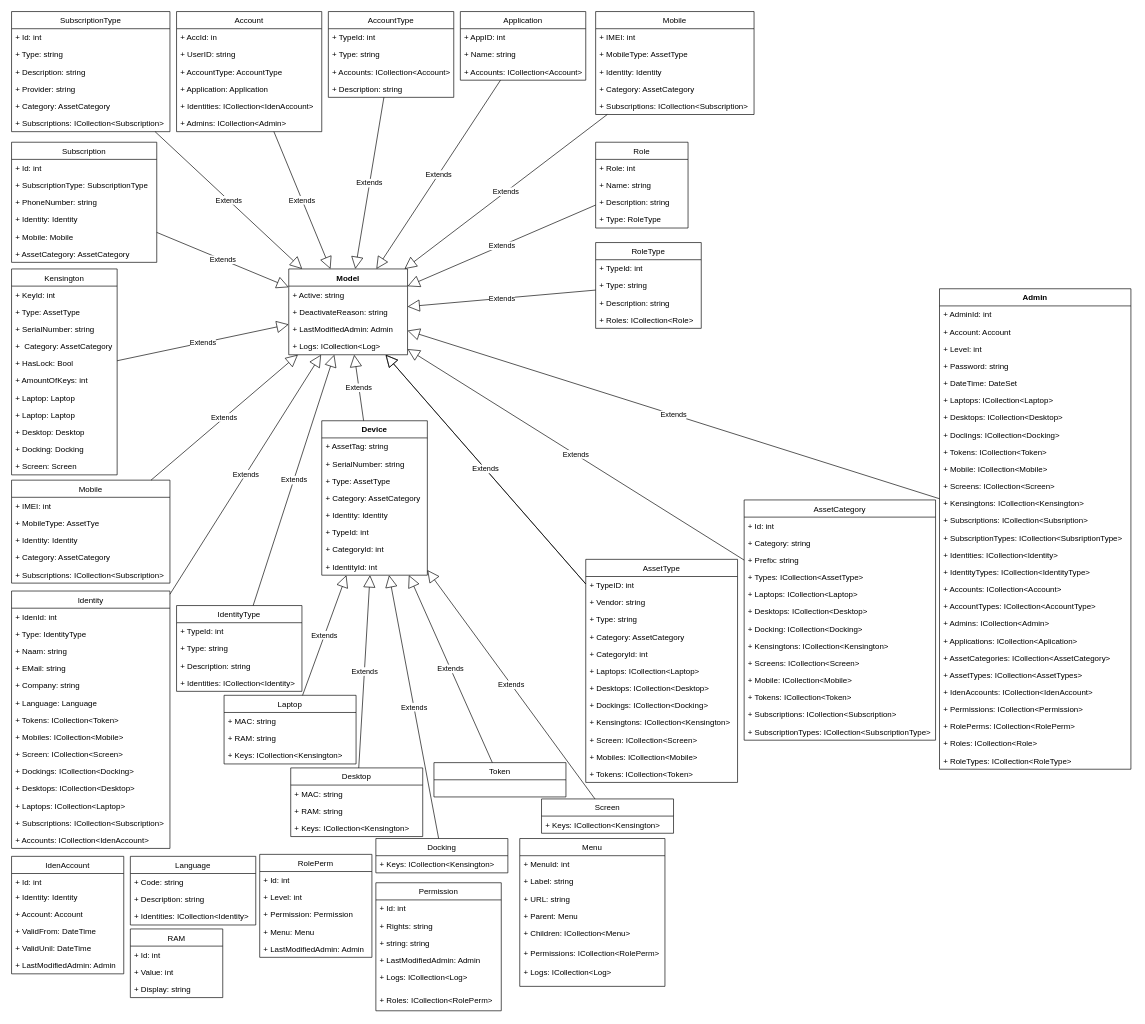
Before: page "Entities" (1 of 3) of CMDB/CMDB/Documentation/CMDB-Class.drawio in HansColman45/PyCMDB, a draw.io diagram. Source tidied: cells renumbered, new cells numbered last; positions are measured from the earlier drawing's top-left corner, leaving out a move shared by most shapes. Both pictures are drawn from the tidied source at 66%, with x=0, y=0 at pixel (11, 11).
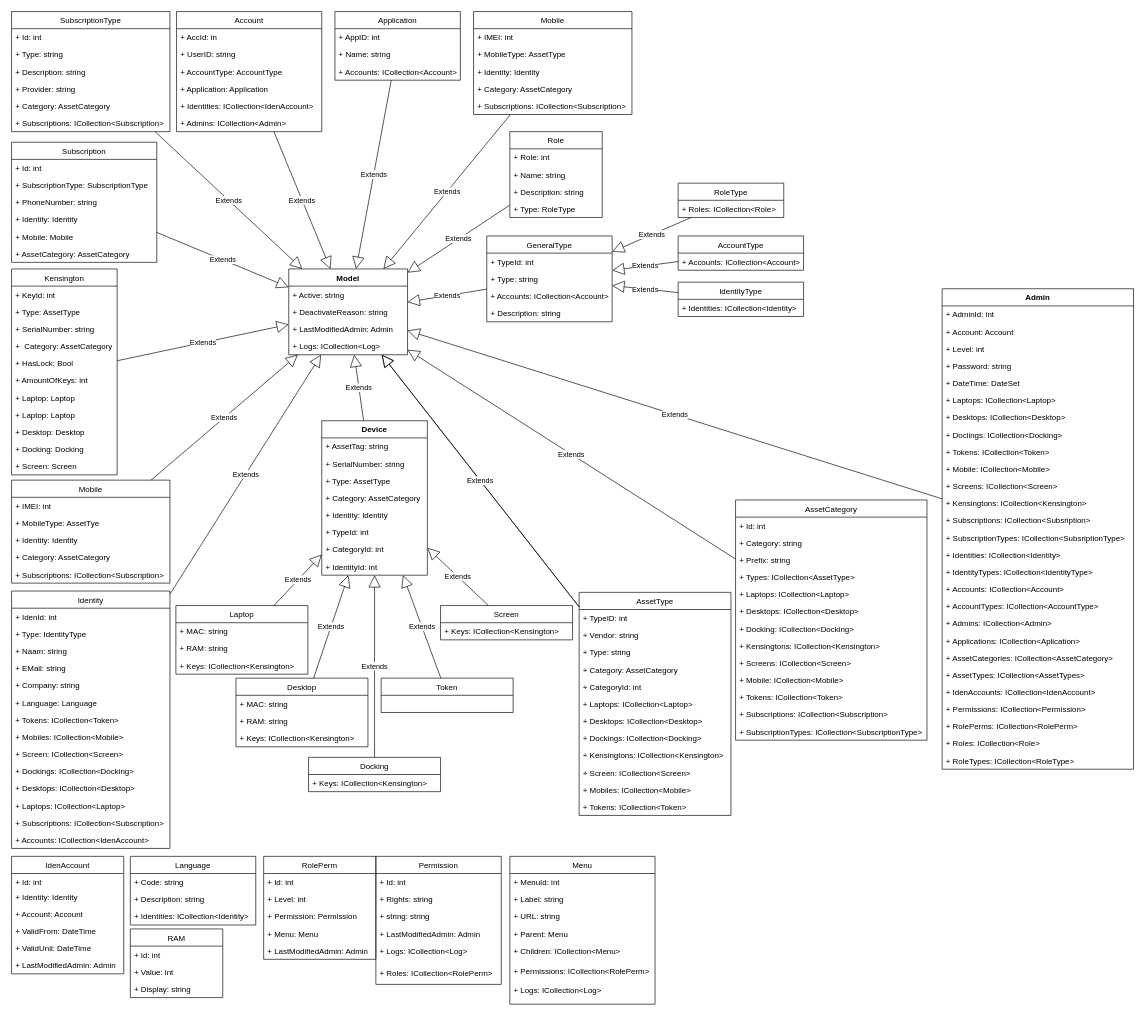
Above is the later version.

Unchanged cells that the change refers to:
```xml
<mxCell id="11" value="Model" style="swimlane;fontStyle=1;align=center;verticalAlign=top;horizontal=1;startSize=26;" parent="1" vertex="1">
  <mxGeometry x="420" y="390" width="180" height="130" as="geometry" />
</mxCell>
```

Diff of the diagram source:
```diff
@@
     <mxCell id="16" value="Laptop" style="swimlane;fontStyle=0;horizontal=1;startSize=26;fillColor=none;" parent="1" vertex="1">
-      <mxGeometry x="322" y="1036" width="200" height="104" as="geometry" />
+      <mxGeometry x="249" y="900" width="200" height="104" as="geometry" />
     </mxCell>
@@
     <mxCell id="23" value="Desktop" style="swimlane;fontStyle=0;horizontal=1;startSize=26;fillColor=none;" parent="1" vertex="1">
-      <mxGeometry x="423" y="1146" width="200" height="104" as="geometry" />
+      <mxGeometry x="340" y="1010" width="200" height="104" as="geometry" />
     </mxCell>
@@
     <mxCell id="28" value="Screen" style="swimlane;fontStyle=0;horizontal=1;startSize=26;fillColor=none;" parent="1" vertex="1">
-      <mxGeometry x="803" y="1193" width="200" height="52" as="geometry" />
+      <mxGeometry x="650" y="900" width="200" height="52" as="geometry" />
     </mxCell>
@@
     <mxCell id="31" value="Docking" style="swimlane;fontStyle=0;horizontal=1;startSize=26;fillColor=none;" parent="1" vertex="1">
-      <mxGeometry x="552" y="1253" width="200" height="52" as="geometry" />
+      <mxGeometry x="450" y="1130" width="200" height="52" as="geometry" />
     </mxCell>
@@
     <mxCell id="33" value="Token" style="swimlane;fontStyle=0;horizontal=1;startSize=26;fillColor=none;" parent="1" vertex="1">
-      <mxGeometry x="640" y="1138" width="200" height="52" as="geometry" />
+      <mxGeometry x="560" y="1010" width="200" height="52" as="geometry" />
     </mxCell>
@@
     <mxCell id="49" value="AssetCategory" style="swimlane;fontStyle=0;horizontal=1;startSize=26;fillColor=none;" parent="1" vertex="1">
-      <mxGeometry x="1110" y="740" width="290" height="364" as="geometry" />
+      <mxGeometry x="1097" y="740" width="290" height="364" as="geometry" />
     </mxCell>
@@
     <mxCell id="103" value="IdentityType" style="swimlane;fontStyle=0;horizontal=1;startSize=26;fillColor=none;" parent="1" vertex="1">
-      <mxGeometry x="250" y="900" width="190" height="130" as="geometry" />
+      <mxGeometry x="1010" y="410" width="190" height="52" as="geometry" />
     </mxCell>
-    <mxCell id="104" value="+ TypeId: int" style="text;strokeColor=none;fillColor=none;align=left;verticalAlign=top;spacingLeft=4;spacingRight=4;overflow=hidden;" parent="103" vertex="1">
-      <mxGeometry y="26" width="190" height="26" as="geometry" />
-    </mxCell>
-    <mxCell id="105" value="+ Type: string" style="text;strokeColor=none;fillColor=none;align=left;verticalAlign=top;spacingLeft=4;spacingRight=4;overflow=hidden;" parent="103" vertex="1">
-      <mxGeometry y="52" width="190" height="26" as="geometry" />
-    </mxCell>
-    <mxCell id="106" value="+ Description: string" style="text;strokeColor=none;fillColor=none;align=left;verticalAlign=top;spacingLeft=4;spacingRight=4;overflow=hidden;" parent="103" vertex="1">
-      <mxGeometry y="78" width="190" height="26" as="geometry" />
-    </mxCell>
     <mxCell id="107" value="+ Identities: ICollection&lt;Identity&gt;" style="text;strokeColor=none;fillColor=none;align=left;verticalAlign=top;spacingLeft=4;spacingRight=4;overflow=hidden;" parent="103" vertex="1">
-      <mxGeometry y="104" width="190" height="26" as="geometry" />
+      <mxGeometry y="26" width="190" height="26" as="geometry" />
     </mxCell>
-    <mxCell id="108" value="Extends" style="endArrow=block;endSize=16;endFill=0;html=1;" parent="1" edge="1" source="103" target="11">
-      <mxGeometry relative="1" as="geometry" />
-    </mxCell>
     <mxCell id="109" value="AssetType" style="swimlane;fontStyle=0;horizontal=1;startSize=26;fillColor=none;" parent="1" vertex="1">
-      <mxGeometry x="870" y="830" width="230" height="338" as="geometry" />
+      <mxGeometry x="860" y="880" width="230" height="338" as="geometry" />
     </mxCell>
@@
     <mxCell id="123" value="Admin" style="swimlane;fontStyle=1;align=center;verticalAlign=top;horizontal=1;startSize=26;" parent="1" vertex="1">
-      <mxGeometry x="1406" y="420" width="290" height="728" as="geometry" />
+      <mxGeometry x="1410" y="420" width="290" height="728" as="geometry" />
     </mxCell>
@@
     <mxCell id="167" value="AccountType" style="swimlane;fontStyle=0;horizontal=1;startSize=26;fillColor=none;" parent="1" vertex="1">
-      <mxGeometry x="480" width="190" height="130" as="geometry" />
+      <mxGeometry x="1010" y="340" width="190" height="52" as="geometry" />
     </mxCell>
-    <mxCell id="168" value="+ TypeId: int" style="text;strokeColor=none;fillColor=none;align=left;verticalAlign=top;spacingLeft=4;spacingRight=4;overflow=hidden;" parent="167" vertex="1">
-      <mxGeometry y="26" width="190" height="26" as="geometry" />
-    </mxCell>
-    <mxCell id="169" value="+ Type: string" style="text;strokeColor=none;fillColor=none;align=left;verticalAlign=top;spacingLeft=4;spacingRight=4;overflow=hidden;" parent="167" vertex="1">
-      <mxGeometry y="52" width="190" height="26" as="geometry" />
-    </mxCell>
     <mxCell id="170" value="+ Accounts: ICollection&lt;Account&gt;" style="text;strokeColor=none;fillColor=none;align=left;verticalAlign=top;spacingLeft=4;spacingRight=4;overflow=hidden;" parent="167" vertex="1">
-      <mxGeometry y="78" width="190" height="26" as="geometry" />
+      <mxGeometry y="26" width="190" height="26" as="geometry" />
     </mxCell>
-    <mxCell id="171" value="+ Description: string" style="text;strokeColor=none;fillColor=none;align=left;verticalAlign=top;spacingLeft=4;spacingRight=4;overflow=hidden;" parent="167" vertex="1">
-      <mxGeometry y="104" width="190" height="26" as="geometry" />
-    </mxCell>
-    <mxCell id="172" value="Extends" style="endArrow=block;endSize=16;endFill=0;html=1;" parent="1" edge="1" source="167" target="11">
+    <mxCell id="172" value="Extends" style="endArrow=block;endSize=16;endFill=0;html=1;startArrow=none;" parent="1" edge="1" source="226" target="11">
       <mxGeometry relative="1" as="geometry" />
     </mxCell>
     <mxCell id="173" value="Application" style="swimlane;fontStyle=0;horizontal=1;startSize=26;fillColor=none;" parent="1" vertex="1">
-      <mxGeometry x="680" width="190" height="104" as="geometry" />
+      <mxGeometry x="490" width="190" height="104" as="geometry" />
     </mxCell>
@@
     <mxCell id="182" value="Menu" style="swimlane;fontStyle=0;horizontal=1;startSize=26;fillColor=none;" parent="1" vertex="1">
-      <mxGeometry x="770" y="1253" width="220" height="224" as="geometry" />
+      <mxGeometry x="755" y="1280" width="220" height="224" as="geometry" />
     </mxCell>
@@
     <mxCell id="190" value="Mobile" style="swimlane;fontStyle=0;horizontal=1;startSize=26;fillColor=none;" parent="1" vertex="1">
-      <mxGeometry x="885" width="240" height="156" as="geometry" />
+      <mxGeometry x="700" width="240" height="156" as="geometry" />
     </mxCell>
@@
     <mxCell id="197" value="Permission" style="swimlane;fontStyle=0;horizontal=1;startSize=26;fillColor=none;" parent="1" vertex="1">
-      <mxGeometry x="552" y="1320" width="190" height="194" as="geometry" />
+      <mxGeometry x="552" y="1280" width="190" height="194" as="geometry" />
     </mxCell>
@@
     <mxCell id="204" value="RolePerm" style="swimlane;fontStyle=0;horizontal=1;startSize=26;fillColor=none;" parent="1" vertex="1">
-      <mxGeometry x="376" y="1277" width="170" height="156" as="geometry" />
+      <mxGeometry x="382" y="1280" width="170" height="156" as="geometry" />
     </mxCell>
@@
     <mxCell id="214" value="Role" style="swimlane;fontStyle=0;horizontal=1;startSize=26;fillColor=none;" parent="1" vertex="1">
-      <mxGeometry x="885" y="198" width="140" height="130" as="geometry" />
+      <mxGeometry x="755" y="182" width="140" height="130" as="geometry" />
     </mxCell>
@@
     <mxCell id="219" value="RoleType" style="swimlane;fontStyle=0;horizontal=1;startSize=26;fillColor=none;" parent="1" vertex="1">
-      <mxGeometry x="885" y="350" width="160" height="130" as="geometry" />
+      <mxGeometry x="1010" y="260" width="160" height="52" as="geometry" />
     </mxCell>
-    <mxCell id="220" value="+ TypeId: int" style="text;strokeColor=none;fillColor=none;align=left;verticalAlign=top;spacingLeft=4;spacingRight=4;overflow=hidden;" parent="219" vertex="1">
-      <mxGeometry y="26" width="160" height="26" as="geometry" />
-    </mxCell>
-    <mxCell id="221" value="+ Type: string" style="text;strokeColor=none;fillColor=none;align=left;verticalAlign=top;spacingLeft=4;spacingRight=4;overflow=hidden;" parent="219" vertex="1">
-      <mxGeometry y="52" width="160" height="26" as="geometry" />
-    </mxCell>
-    <mxCell id="222" value="+ Description: string" style="text;strokeColor=none;fillColor=none;align=left;verticalAlign=top;spacingLeft=4;spacingRight=4;overflow=hidden;" parent="219" vertex="1">
-      <mxGeometry y="78" width="160" height="26" as="geometry" />
-    </mxCell>
     <mxCell id="223" value="+ Roles: ICollection&lt;Role&gt;" style="text;strokeColor=none;fillColor=none;align=left;verticalAlign=top;spacingLeft=4;spacingRight=4;overflow=hidden;" parent="219" vertex="1">
-      <mxGeometry y="104" width="160" height="26" as="geometry" />
+      <mxGeometry y="26" width="160" height="26" as="geometry" />
     </mxCell>
@@
-    <mxCell id="225" value="Extends" style="endArrow=block;endSize=16;endFill=0;html=1;" parent="1" edge="1" source="219" target="11">
-      <mxGeometry relative="1" as="geometry" />
-    </mxCell>
+    <mxCell id="226" value="GeneralType" style="swimlane;fontStyle=0;horizontal=1;startSize=26;fillColor=none;" parent="1" vertex="1">
+      <mxGeometry x="720" y="340" width="190" height="130" as="geometry" />
+    </mxCell>
+    <mxCell id="227" value="+ TypeId: int" style="text;strokeColor=none;fillColor=none;align=left;verticalAlign=top;spacingLeft=4;spacingRight=4;overflow=hidden;" parent="226" vertex="1">
+      <mxGeometry y="26" width="190" height="26" as="geometry" />
+    </mxCell>
+    <mxCell id="228" value="+ Type: string" style="text;strokeColor=none;fillColor=none;align=left;verticalAlign=top;spacingLeft=4;spacingRight=4;overflow=hidden;" parent="226" vertex="1">
+      <mxGeometry y="52" width="190" height="26" as="geometry" />
+    </mxCell>
+    <mxCell id="229" value="+ Accounts: ICollection&lt;Account&gt;" style="text;strokeColor=none;fillColor=none;align=left;verticalAlign=top;spacingLeft=4;spacingRight=4;overflow=hidden;" parent="226" vertex="1">
+      <mxGeometry y="78" width="190" height="26" as="geometry" />
+    </mxCell>
+    <mxCell id="171" value="+ Description: string" style="text;strokeColor=none;fillColor=none;align=left;verticalAlign=top;spacingLeft=4;spacingRight=4;overflow=hidden;" parent="226" vertex="1">
+      <mxGeometry y="104" width="190" height="26" as="geometry" />
+    </mxCell>
+    <mxCell id="230" value="Extends" style="endArrow=block;endSize=16;endFill=0;html=1;startArrow=none;" parent="1" edge="1" source="219" target="226">
+      <mxGeometry relative="1" as="geometry" />
+    </mxCell>
+    <mxCell id="231" value="Extends" style="endArrow=block;endSize=16;endFill=0;html=1;startArrow=none;" parent="1" edge="1" source="167" target="226">
+      <mxGeometry relative="1" as="geometry" />
+    </mxCell>
+    <mxCell id="232" value="Extends" style="endArrow=block;endSize=16;endFill=0;html=1;startArrow=none;" parent="1" edge="1" source="103" target="226">
+      <mxGeometry relative="1" as="geometry" />
+    </mxCell>
```
